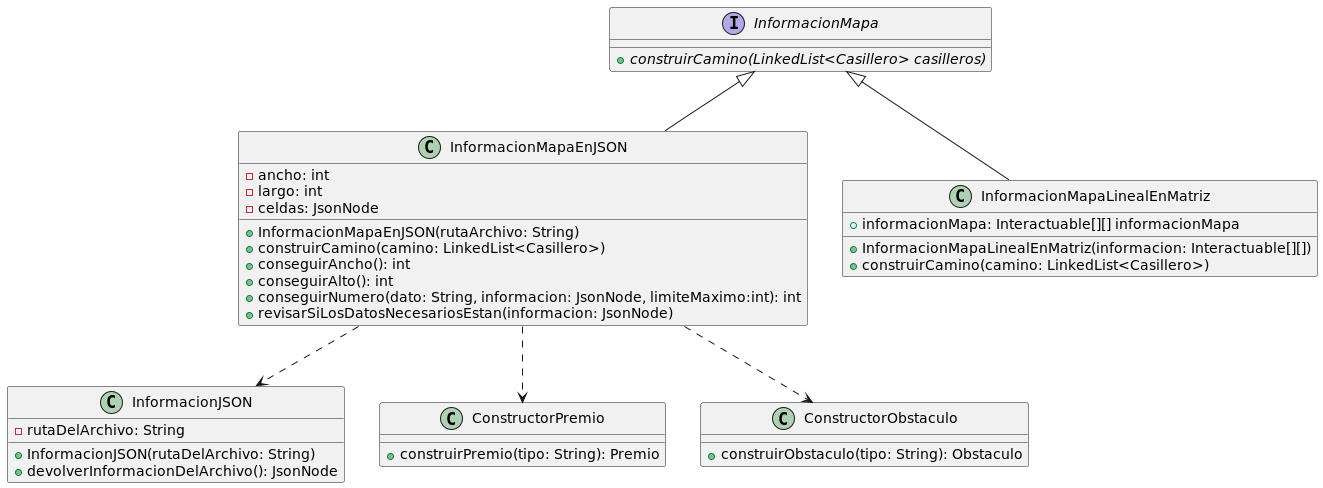
Before: diagrams/classes/DiagramasAlgoRoma/InformacionMapa.png, a diagram exported from PlantUML (CrissRMFI/TP2-AlgoIII). Its diagram source:
```plantuml
@startuml

interface InformacionMapa{
    +{abstract}construirCamino(LinkedList<Casillero> casilleros)
}

class InformacionMapaEnJSON{
    -ancho: int
    -largo: int
    -celdas: JsonNode
    +InformacionMapaEnJSON(rutaArchivo: String)
    +construirCamino(camino: LinkedList<Casillero>)
    +conseguirAncho(): int
    +conseguirAlto(): int
    +conseguirNumero(dato: String, informacion: JsonNode, limiteMaximo:int): int
    +revisarSiLosDatosNecesariosEstan(informacion: JsonNode)
}

class InformacionJSON{
    -rutaDelArchivo: String
    +InformacionJSON(rutaDelArchivo: String)
    +devolverInformacionDelArchivo(): JsonNode
}

class ConstructorPremio{
    +construirPremio(tipo: String): Premio
}

class ConstructorObstaculo{
    +construirObstaculo(tipo: String): Obstaculo
}

class InformacionMapaLinealEnMatriz{
    +informacionMapa: Interactuable[][] informacionMapa
    +InformacionMapaLinealEnMatriz(informacion: Interactuable[][])
    +construirCamino(camino: LinkedList<Casillero>)
}



InformacionMapa <|-- InformacionMapaEnJSON
InformacionMapa <|-- InformacionMapaLinealEnMatriz

InformacionMapaEnJSON ..> InformacionJSON
InformacionMapaEnJSON ..> ConstructorObstaculo
InformacionMapaEnJSON ..> ConstructorPremio

@enduml
```
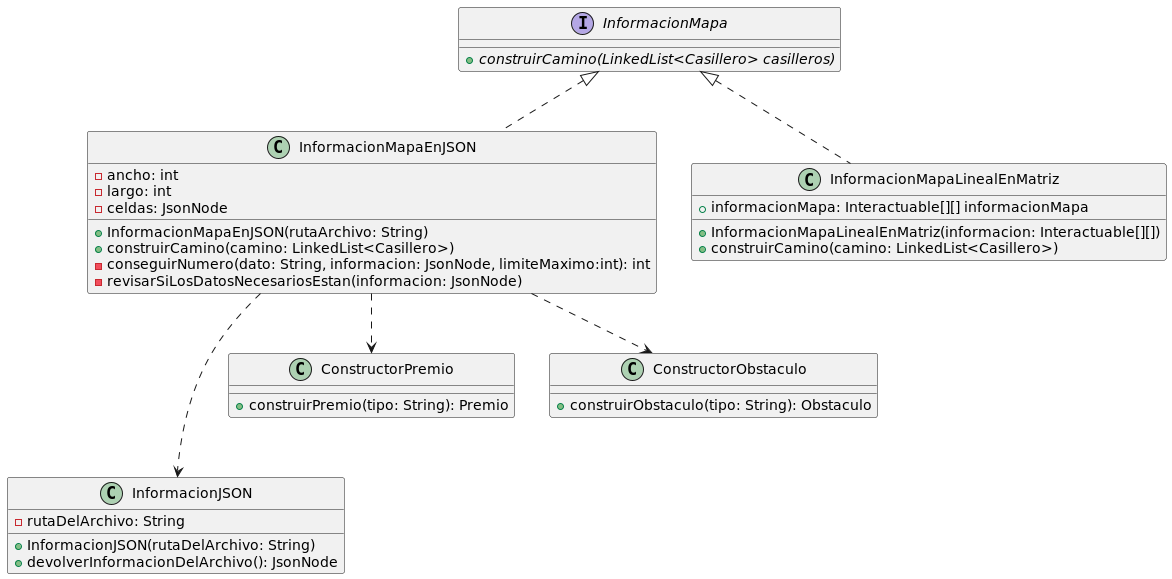
The same diagram one commit later.

Change to the diagram source:
```diff
@@ -1,4 +1,4 @@
-@startuml
+@startuml InformacionMapa
 
 interface InformacionMapa{
     +{abstract}construirCamino(LinkedList<Casillero> casilleros)
@@ -10,10 +10,8 @@
     -celdas: JsonNode
     +InformacionMapaEnJSON(rutaArchivo: String)
     +construirCamino(camino: LinkedList<Casillero>)
-    +conseguirAncho(): int
-    +conseguirAlto(): int
-    +conseguirNumero(dato: String, informacion: JsonNode, limiteMaximo:int): int
-    +revisarSiLosDatosNecesariosEstan(informacion: JsonNode)
+    -conseguirNumero(dato: String, informacion: JsonNode, limiteMaximo:int): int
+    -revisarSiLosDatosNecesariosEstan(informacion: JsonNode)
 }
 
 class InformacionJSON{
@@ -37,11 +35,10 @@
 }
 
 
+InformacionMapa <|.. InformacionMapaEnJSON
+InformacionMapa <|.. InformacionMapaLinealEnMatriz
 
-InformacionMapa <|-- InformacionMapaEnJSON
-InformacionMapa <|-- InformacionMapaLinealEnMatriz
-
-InformacionMapaEnJSON ..> InformacionJSON
+InformacionMapaEnJSON ...> InformacionJSON
 InformacionMapaEnJSON ..> ConstructorObstaculo
 InformacionMapaEnJSON ..> ConstructorPremio
 
```
